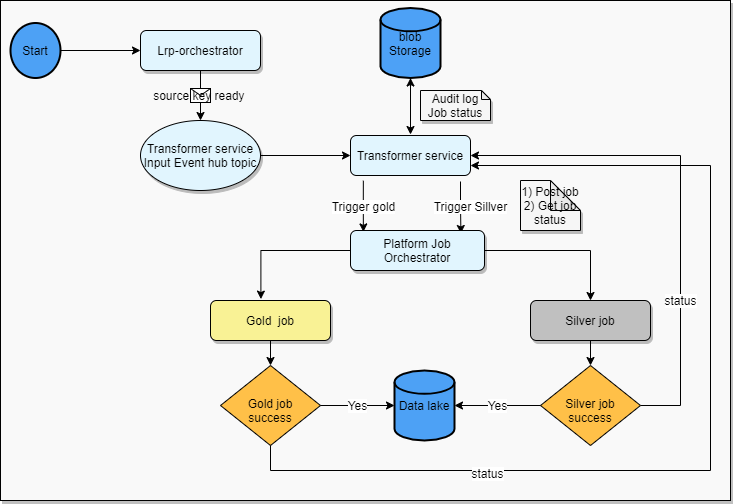
Earlier version of the draw.io export src/main/resources/workflow.png (mdfarooqii/arisketl). Source tidied: cells renumbered, new cells last; positions are measured from the earlier drawing's top-left corner, leaving out a move shared by most shapes. Source of this version:
```xml
<mxGraphModel>
  <root>
    <mxCell id="0" />
    <mxCell id="1" parent="0" />
    <mxCell id="2" style="rounded=0;whiteSpace=wrap;html=1;shadow=1;labelBackgroundColor=#ffffff;fillColor=#F9F9F9;fontSize=12;" parent="1" vertex="1">
      <mxGeometry width="730" height="500" as="geometry" />
    </mxCell>
    <mxCell id="3" style="group;fontSize=12;" parent="1" vertex="1">
      <mxGeometry x="10" y="7.5" width="700" height="462.5" as="geometry" />
    </mxCell>
    <mxCell id="4" value="&lt;br style=&quot;font-size: 12px;&quot;&gt;Gold job success" style="rhombus;whiteSpace=wrap;html=1;shadow=0;fontFamily=Helvetica;fontSize=12;align=center;strokeWidth=1;spacing=6;spacingTop=-4;fillColor=#FFC048;" parent="3" vertex="1">
      <mxGeometry x="210" y="357.5" width="100" height="80" as="geometry" />
    </mxCell>
    <mxCell id="5" value="Lrp-orchestrator" style="rounded=1;whiteSpace=wrap;html=1;fontSize=12;glass=0;strokeWidth=1;shadow=1;fillColor=#E1F5FE;" parent="3" vertex="1">
      <mxGeometry x="130" y="22.5" width="120" height="40" as="geometry" />
    </mxCell>
    <mxCell id="6" value="Start" style="strokeWidth=2;html=1;shape=mxgraph.flowchart.start_2;whiteSpace=wrap;fillColor=#4DA1F5;fontSize=12;" parent="3" vertex="1">
      <mxGeometry y="15" width="50" height="55" as="geometry" />
    </mxCell>
    <mxCell id="7" value="blob Storage" style="strokeWidth=2;html=1;shape=mxgraph.flowchart.database;whiteSpace=wrap;fillColor=#4DA1F6;fontSize=12;" parent="3" vertex="1">
      <mxGeometry x="370" width="60" height="70" as="geometry" />
    </mxCell>
    <mxCell id="8" style="endArrow=classic;html=1;exitX=1;exitY=0.5;exitDx=0;exitDy=0;exitPerimeter=0;entryX=0;entryY=0.5;entryDx=0;entryDy=0;fontSize=12;" parent="3" edge="1" source="6" target="5">
      <mxGeometry relative="1" as="geometry" />
    </mxCell>
    <mxCell id="9" style="endArrow=classic;html=1;entryX=0.5;entryY=0;entryDx=0;entryDy=0;exitX=0.5;exitY=1;exitDx=0;exitDy=0;fontSize=12;" parent="3" edge="1" source="5" target="11">
      <mxGeometry relative="1" as="geometry" />
    </mxCell>
    <mxCell id="10" value="source key ready&amp;nbsp;" style="shape=message;html=1;fontSize=12;" parent="9" vertex="1">
      <mxGeometry width="20" height="14" relative="1" as="geometry">
        <mxPoint x="-10" y="-7" as="offset" />
      </mxGeometry>
    </mxCell>
    <mxCell id="11" value="Transformer service Input Event hub topic" style="ellipse;whiteSpace=wrap;html=1;shadow=1;fillColor=#E1F5FE;fontSize=12;" parent="3" vertex="1">
      <mxGeometry x="130" y="112.5" width="120" height="70" as="geometry" />
    </mxCell>
    <mxCell id="12" value="Trigger Sillver" style="edgeStyle=orthogonalEdgeStyle;rounded=0;jettySize=auto;html=1;entryX=0.824;entryY=0.075;entryDx=0;entryDy=0;entryPerimeter=0;fontSize=12;" parent="3" edge="1" target="15">
      <mxGeometry x="-0.05" y="10" relative="1" as="geometry">
        <mxPoint x="450" y="173.5" as="sourcePoint" />
      </mxGeometry>
    </mxCell>
    <mxCell id="13" value="Transformer service" style="rounded=1;whiteSpace=wrap;html=1;fontSize=12;glass=0;strokeWidth=1;shadow=0;fillColor=#E1F5FE;" parent="3" vertex="1">
      <mxGeometry x="340" y="127.5" width="120" height="40" as="geometry" />
    </mxCell>
    <mxCell id="14" style="edgeStyle=orthogonalEdgeStyle;rounded=0;jettySize=auto;html=1;fontSize=12;" parent="3" edge="1" source="11" target="13">
      <mxGeometry relative="1" as="geometry" />
    </mxCell>
    <mxCell id="15" value="Platform Job Orchestrator" style="rounded=1;whiteSpace=wrap;html=1;fontSize=12;glass=0;strokeWidth=1;shadow=1;fillColor=#E1F5FE;" parent="3" vertex="1">
      <mxGeometry x="340" y="222.5" width="134" height="40" as="geometry" />
    </mxCell>
    <mxCell id="16" value="Trigger gold" style="edgeStyle=orthogonalEdgeStyle;rounded=0;jettySize=auto;html=1;exitX=0.107;exitY=1.13;exitDx=0;exitDy=0;exitPerimeter=0;entryX=0.096;entryY=0.035;entryDx=0;entryDy=0;entryPerimeter=0;fontSize=12;" parent="3" edge="1" source="13" target="15">
      <mxGeometry relative="1" as="geometry" />
    </mxCell>
    <mxCell id="17" value="1) Post job&lt;br style=&quot;font-size: 12px;&quot;&gt;2) Get job status" style="shape=note;whiteSpace=wrap;html=1;backgroundOutline=1;darkOpacity=0.05;shadow=1;fillColor=#F6F6F6;fontSize=12;" parent="3" vertex="1">
      <mxGeometry x="510" y="172.5" width="60" height="50" as="geometry" />
    </mxCell>
    <mxCell id="18" value="status" style="edgeStyle=orthogonalEdgeStyle;rounded=0;jettySize=auto;html=1;entryX=1;entryY=0.5;entryDx=0;entryDy=0;exitX=1;exitY=0.5;exitDx=0;exitDy=0;fontSize=12;" parent="3" edge="1" source="19" target="13">
      <mxGeometry x="-0.42" relative="1" as="geometry">
        <Array as="points">
          <mxPoint x="670" y="397.5" />
          <mxPoint x="670" y="147.5" />
        </Array>
      </mxGeometry>
    </mxCell>
    <mxCell id="19" value="&lt;br style=&quot;font-size: 12px;&quot;&gt;Silver job success" style="rhombus;whiteSpace=wrap;html=1;shadow=0;fontFamily=Helvetica;fontSize=12;align=center;strokeWidth=1;spacing=6;spacingTop=-4;fillColor=#FFC048;" parent="3" vertex="1">
      <mxGeometry x="530" y="357.5" width="100" height="80" as="geometry" />
    </mxCell>
    <mxCell id="20" style="edgeStyle=orthogonalEdgeStyle;rounded=0;jettySize=auto;html=1;fontSize=12;" parent="3" edge="1" source="21" target="19">
      <mxGeometry relative="1" as="geometry" />
    </mxCell>
    <mxCell id="21" value="Silver job" style="rounded=1;whiteSpace=wrap;html=1;fontSize=12;glass=0;strokeWidth=1;shadow=1;fillColor=#C0C0C0;" parent="3" vertex="1">
      <mxGeometry x="520" y="292.5" width="120" height="40" as="geometry" />
    </mxCell>
    <mxCell id="22" style="edgeStyle=orthogonalEdgeStyle;rounded=0;jettySize=auto;html=1;fontSize=12;" parent="3" edge="1" source="15" target="21">
      <mxGeometry relative="1" as="geometry" />
    </mxCell>
    <mxCell id="23" style="edgeStyle=orthogonalEdgeStyle;rounded=0;jettySize=auto;html=1;fontSize=12;" parent="3" edge="1" source="24" target="4">
      <mxGeometry relative="1" as="geometry" />
    </mxCell>
    <mxCell id="24" value="Gold&amp;nbsp; job" style="rounded=1;whiteSpace=wrap;html=1;fontSize=12;glass=0;strokeWidth=1;shadow=1;fillColor=#F9F295;" parent="3" vertex="1">
      <mxGeometry x="200" y="292.5" width="120" height="40" as="geometry" />
    </mxCell>
    <mxCell id="25" style="edgeStyle=orthogonalEdgeStyle;rounded=0;jettySize=auto;html=1;entryX=0.42;entryY=-0.035;entryDx=0;entryDy=0;entryPerimeter=0;fontSize=12;" parent="3" edge="1" source="15" target="24">
      <mxGeometry relative="1" as="geometry">
        <Array as="points">
          <mxPoint x="250" y="242.5" />
        </Array>
      </mxGeometry>
    </mxCell>
    <mxCell id="26" style="endArrow=classic;startArrow=classic;html=1;entryX=0.5;entryY=1;entryDx=0;entryDy=0;entryPerimeter=0;fontSize=12;" parent="3" edge="1" target="7">
      <mxGeometry relative="1" as="geometry">
        <mxPoint x="400" y="126.5" as="sourcePoint" />
      </mxGeometry>
    </mxCell>
    <mxCell id="27" style="edgeStyle=orthogonalEdgeStyle;rounded=0;jettySize=auto;html=1;entryX=1;entryY=0.75;entryDx=0;entryDy=0;fontSize=12;" parent="3" edge="1" source="4" target="13">
      <mxGeometry relative="1" as="geometry">
        <Array as="points">
          <mxPoint x="700" y="462.5" />
          <mxPoint x="700" y="157.5" />
        </Array>
      </mxGeometry>
    </mxCell>
    <mxCell id="28" value="status" style="edgeLabel;html=1;align=center;verticalAlign=middle;fontSize=12;" parent="27" vertex="1">
      <mxGeometry x="-0.52" y="-2" relative="1" as="geometry" />
    </mxCell>
    <mxCell id="29" value="Data lake" style="strokeWidth=2;html=1;shape=mxgraph.flowchart.database;whiteSpace=wrap;fillColor=#4DA1F5;fontSize=12;" parent="3" vertex="1">
      <mxGeometry x="384" y="362.5" width="60" height="70" as="geometry" />
    </mxCell>
    <mxCell id="30" value="Yes" style="edgeStyle=orthogonalEdgeStyle;rounded=0;jettySize=auto;html=1;fontSize=12;" parent="3" edge="1" source="4" target="29">
      <mxGeometry relative="1" as="geometry" />
    </mxCell>
    <mxCell id="31" value="Audit log Job status" style="shape=note;whiteSpace=wrap;html=1;backgroundOutline=1;darkOpacity=0.05;shadow=1;fillColor=#F6F6F6;size=9;fontSize=12;" parent="3" vertex="1">
      <mxGeometry x="410" y="82.5" width="70" height="30" as="geometry" />
    </mxCell>
    <mxCell id="32" value="Yes" style="edgeStyle=orthogonalEdgeStyle;rounded=0;jettySize=auto;html=1;fontSize=12;" parent="3" edge="1" source="19" target="29">
      <mxGeometry relative="1" as="geometry" />
    </mxCell>
  </root>
</mxGraphModel>
```
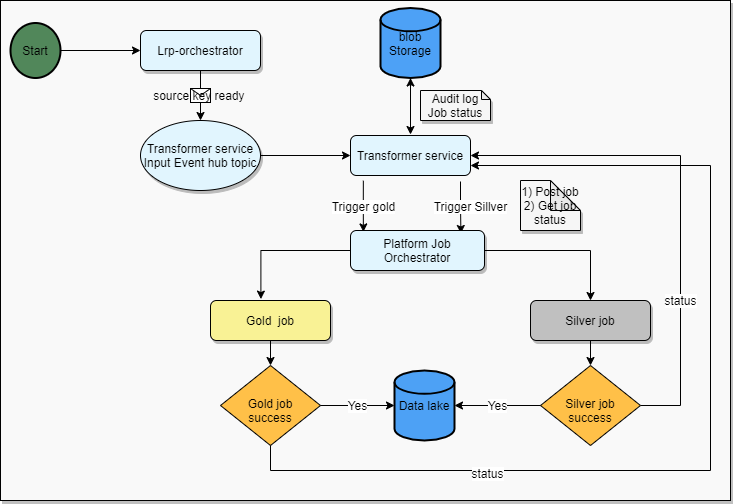
The same diagram one commit later.

The edit, as a diff of the source:
```diff
@@ -14,7 +14,7 @@
     <mxCell id="5" value="Lrp-orchestrator" style="rounded=1;whiteSpace=wrap;html=1;fontSize=12;glass=0;strokeWidth=1;shadow=1;fillColor=#E1F5FE;" parent="3" vertex="1">
       <mxGeometry x="130" y="22.5" width="120" height="40" as="geometry" />
     </mxCell>
-    <mxCell id="6" value="Start" style="strokeWidth=2;html=1;shape=mxgraph.flowchart.start_2;whiteSpace=wrap;fillColor=#4DA1F5;fontSize=12;" parent="3" vertex="1">
+    <mxCell id="6" value="Start" style="strokeWidth=2;html=1;shape=mxgraph.flowchart.start_2;whiteSpace=wrap;fillColor=#51875A;fontSize=12;" parent="3" vertex="1">
       <mxGeometry y="15" width="50" height="55" as="geometry" />
     </mxCell>
     <mxCell id="7" value="blob Storage" style="strokeWidth=2;html=1;shape=mxgraph.flowchart.database;whiteSpace=wrap;fillColor=#4DA1F6;fontSize=12;" parent="3" vertex="1">
```
